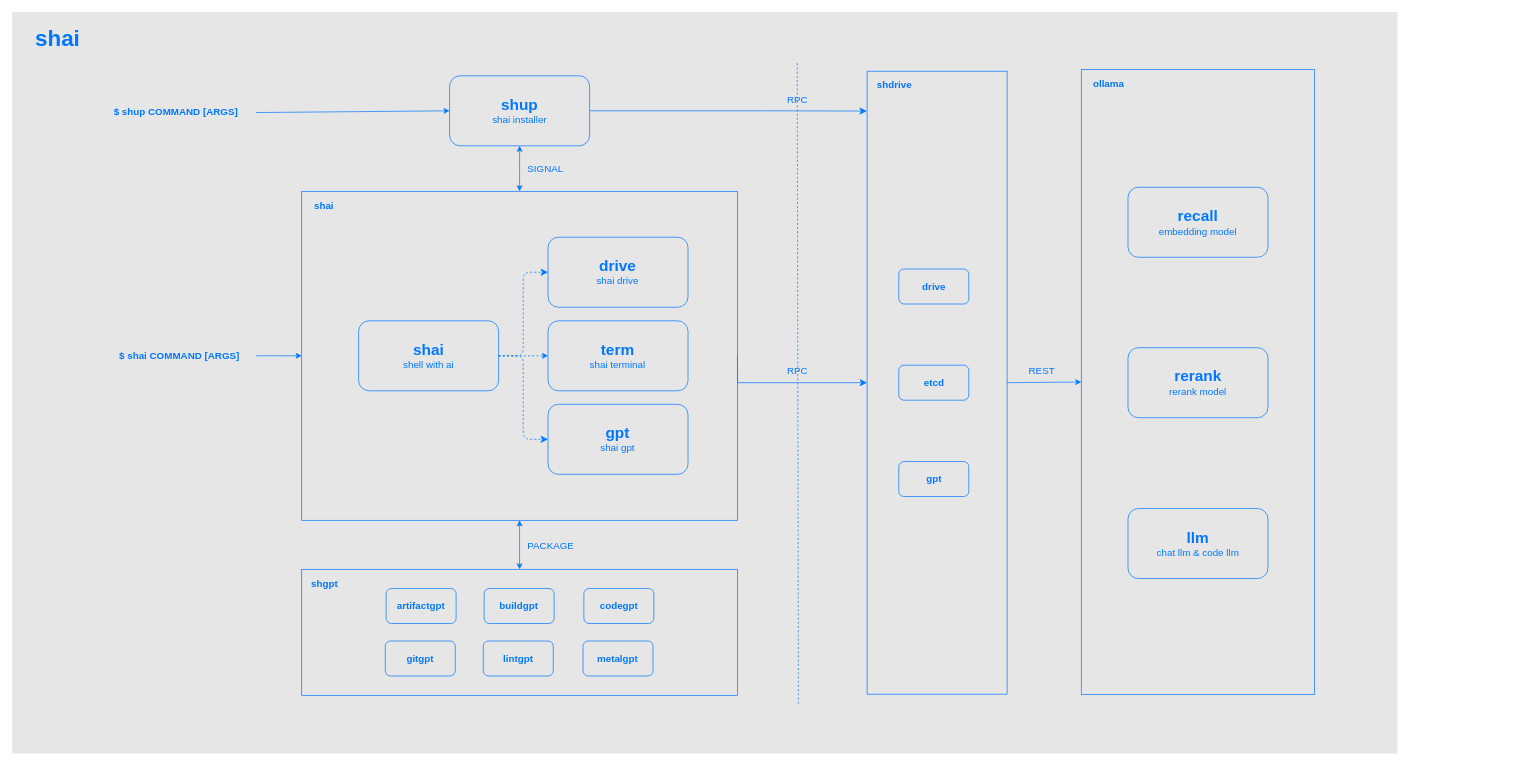
ai-flowx/.github keeps this draw.io diagram as arch.drawio. Above is the earlier version. Source tidied: cells renumbered, new cells numbered last; positions are measured from the earlier drawing's top-left corner, leaving out a move shared by most shapes. Both pictures are drawn from the tidied source at 70%, with x=0, y=0 at pixel (12, 11).
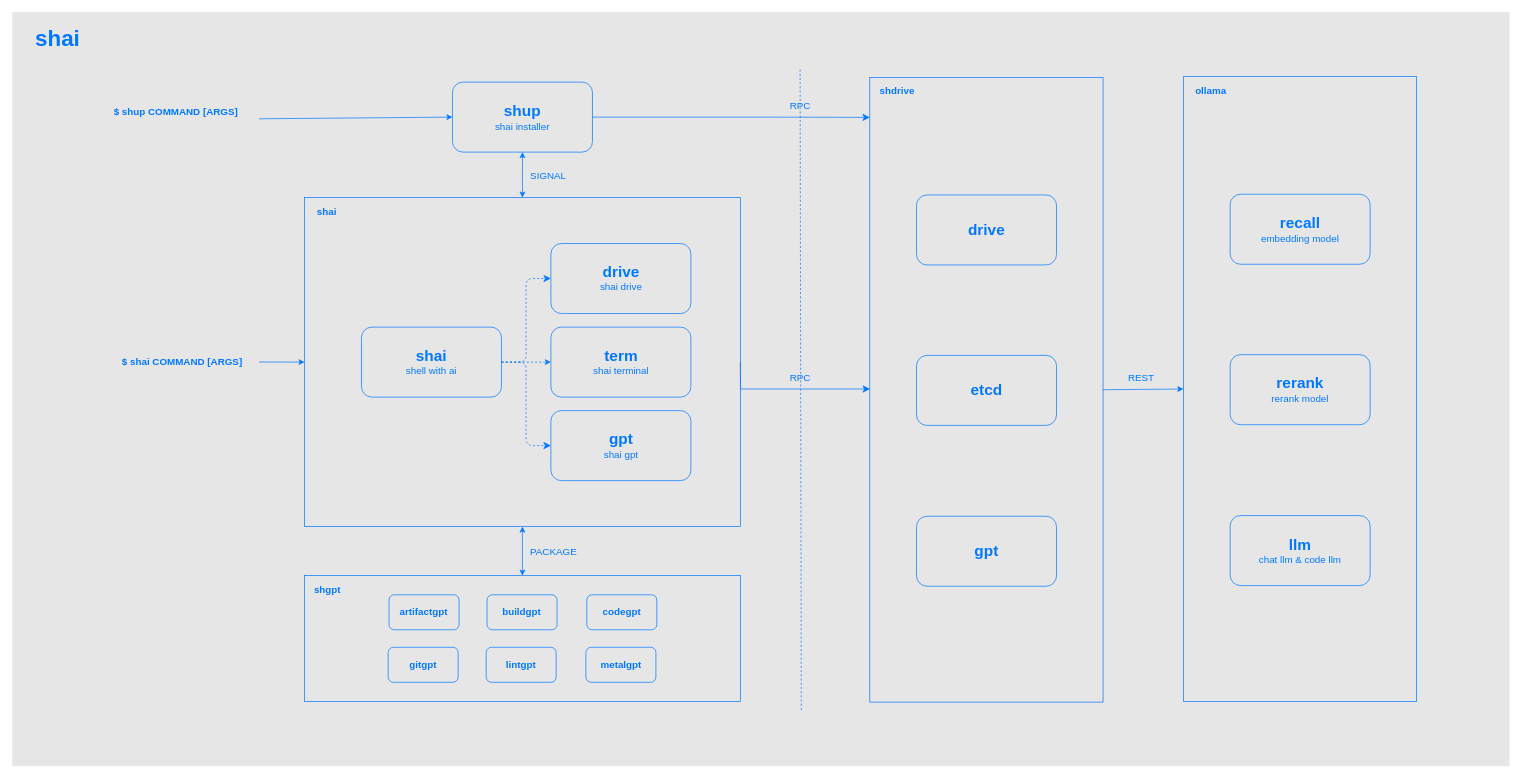
After the change.

Commit message (it also covers changes not shown here):
feat(profile): update arch files

The change refers to these unchanged cells:
```xml
<mxCell id="7" value="$&amp;nbsp;shup COMMAND [ARGS]" style="text;html=1;strokeColor=none;fillColor=none;align=center;verticalAlign=middle;whiteSpace=wrap;rounded=0;fontStyle=1;dashed=1;fontColor=#0077FF;fontSize=14;" parent="1" vertex="1">
  <mxGeometry x="118.5" y="121.8" width="230" height="45" as="geometry" />
</mxCell>
```

What changed in the source:
```diff
@@
     <mxCell id="2" style="rounded=0;whiteSpace=wrap;html=1;strokeColor=none;fillColor=#E6E6E6;" parent="1" vertex="1">
-      <mxGeometry y="0.5" width="1979" height="1059.5" as="geometry" />
+      <mxGeometry y="0.5" width="2139" height="1077.5" as="geometry" />
     </mxCell>
     <mxCell id="3" value="&lt;font color=&quot;#0077ff&quot; style=&quot;&quot;&gt;&lt;br&gt;&lt;/font&gt;" style="rounded=0;whiteSpace=wrap;html=1;strokeColor=#0077FF;fillColor=none;shadow=0;" parent="1" vertex="1">
-      <mxGeometry x="413.5" y="796.8" width="622.5" height="180" as="geometry" />
+      <mxGeometry x="417.6" y="805.8" width="622.5" height="180" as="geometry" />
     </mxCell>
     <mxCell id="4" style="rounded=0;whiteSpace=wrap;html=1;strokeColor=#0077FF;fontSize=14;fontColor=#0077FF;fillColor=none;" parent="1" vertex="1">
-      <mxGeometry x="413.5" y="256.8" width="622.5" height="470" as="geometry" />
+      <mxGeometry x="417.6" y="265.8" width="622.5" height="470" as="geometry" />
     </mxCell>
     <mxCell id="5" value="&lt;font color=&quot;#0077ff&quot; style=&quot;&quot;&gt;&lt;span style=&quot;font-weight: bold; font-size: 22px;&quot;&gt;shai&lt;/span&gt;&lt;br&gt;&lt;font style=&quot;font-size: 14px;&quot;&gt;shell with ai&lt;/font&gt;&lt;br&gt;&lt;/font&gt;" style="rounded=1;whiteSpace=wrap;html=1;strokeColor=#0077FF;fillColor=none;shadow=0;" parent="1" vertex="1">
-      <mxGeometry x="494.8" y="441.8" width="200" height="100" as="geometry" />
+      <mxGeometry x="498.9" y="450.8" width="200" height="100" as="geometry" />
     </mxCell>
     <mxCell id="6" value="$&amp;nbsp;shai COMMAND [ARGS]" style="text;html=1;strokeColor=none;fillColor=none;align=center;verticalAlign=middle;whiteSpace=wrap;rounded=0;fontStyle=1;dashed=1;fontColor=#0077FF;fontSize=14;" parent="1" vertex="1">
-      <mxGeometry x="128.5" y="469.2" width="220" height="45" as="geometry" />
+      <mxGeometry x="132.6" y="478.2" width="220" height="45" as="geometry" />
     </mxCell>
@@
     <mxCell id="9" value="&lt;font color=&quot;#0077ff&quot; style=&quot;&quot;&gt;&lt;span style=&quot;font-weight: bold; font-size: 22px;&quot;&gt;shup&lt;/span&gt;&lt;br&gt;&lt;font style=&quot;font-size: 14px;&quot;&gt;shai installer&lt;/font&gt;&lt;br&gt;&lt;/font&gt;" style="rounded=1;whiteSpace=wrap;html=1;strokeColor=#0077FF;fillColor=none;shadow=0;" parent="1" vertex="1">
-      <mxGeometry x="624.8" y="91.8" width="200" height="100" as="geometry" />
+      <mxGeometry x="628.9" y="100.8" width="200" height="100" as="geometry" />
     </mxCell>
-    <mxCell id="10" value="&lt;font color=&quot;#0077ff&quot; style=&quot;&quot;&gt;&lt;br&gt;&lt;/font&gt;" style="rounded=0;whiteSpace=wrap;html=1;strokeColor=#0077FF;fillColor=none;shadow=0;" parent="1" vertex="1">
-      <mxGeometry x="1221.2" y="85.2" width="200" height="890" as="geometry" />
-    </mxCell>
     <mxCell id="11" value="&lt;span style=&quot;border-color: var(--border-color); color: rgb(0, 119, 255); font-weight: bold; font-size: 22px;&quot;&gt;drive&lt;/span&gt;&lt;br style=&quot;border-color: var(--border-color); color: rgb(0, 119, 255);&quot;&gt;&lt;font style=&quot;border-color: var(--border-color); color: rgb(0, 119, 255); font-size: 14px;&quot;&gt;shai drive&lt;/font&gt;&lt;font color=&quot;#0077ff&quot; style=&quot;&quot;&gt;&lt;br&gt;&lt;/font&gt;" style="rounded=1;whiteSpace=wrap;html=1;strokeColor=#0077FF;fillColor=none;shadow=0;" parent="1" vertex="1">
-      <mxGeometry x="765.4" y="322.4" width="200" height="100" as="geometry" />
+      <mxGeometry x="769.5" y="331.4" width="200" height="100" as="geometry" />
     </mxCell>
-    <mxCell id="12" style="endArrow=classic;html=1;fontSize=14;fontColor=#0077FF;entryX=0;entryY=0.5;entryDx=0;entryDy=0;exitX=1;exitY=0.5;exitDx=0;exitDy=0;strokeColor=#0077FF;" parent="1" edge="1" source="7" target="9">
-      <mxGeometry relative="1" as="geometry" />
+    <mxCell id="12" style="endArrow=classic;html=1;fontSize=14;fontColor=#0077FF;entryX=0;entryY=0.5;entryDx=0;entryDy=0;exitX=1;exitY=0.5;exitDx=0;exitDy=0;strokeColor=#0077FF;" parent="1" edge="1" target="9">
+      <mxGeometry relative="1" as="geometry">
+        <mxPoint x="352.6" y="153.2" as="sourcePoint" />
+      </mxGeometry>
     </mxCell>
     <mxCell id="13" value="&lt;font color=&quot;#0077ff&quot; style=&quot;&quot;&gt;&lt;br&gt;&lt;/font&gt;" style="rounded=0;whiteSpace=wrap;html=1;strokeColor=#0077FF;fillColor=none;shadow=0;" parent="1" vertex="1">
-      <mxGeometry x="1527.2" y="83" width="333.2" height="892.5" as="geometry" />
+      <mxGeometry x="1225.1" y="94" width="333.2" height="892.5" as="geometry" />
     </mxCell>
-    <mxCell id="14" style="endArrow=classic;html=1;fontSize=14;fontColor=#0077FF;exitX=1;exitY=0.5;exitDx=0;exitDy=0;strokeColor=#0077FF;entryX=0;entryY=0.5;entryDx=0;entryDy=0;" parent="1" edge="1" source="10" target="13">
+    <mxCell id="14" style="endArrow=classic;html=1;fontSize=14;fontColor=#0077FF;exitX=1;exitY=0.5;exitDx=0;exitDy=0;strokeColor=#0077FF;entryX=0;entryY=0.5;entryDx=0;entryDy=0;" parent="1" edge="1" source="13" target="47">
       <mxGeometry relative="1" as="geometry" />
     </mxCell>
     <mxCell id="15" value="&lt;font color=&quot;#0077ff&quot; style=&quot;&quot;&gt;&lt;b style=&quot;&quot;&gt;&lt;font style=&quot;font-size: 14px;&quot;&gt;artifactgpt&lt;/font&gt;&lt;/b&gt;&lt;br&gt;&lt;/font&gt;" style="rounded=1;whiteSpace=wrap;html=1;strokeColor=#0077FF;fillColor=none;shadow=0;" parent="1" vertex="1">
-      <mxGeometry x="534.1" y="824.2" width="100" height="50" as="geometry" />
+      <mxGeometry x="538.3" y="833.2" width="100" height="50" as="geometry" />
     </mxCell>
     <mxCell id="16" value="&lt;font color=&quot;#0077ff&quot; style=&quot;&quot;&gt;&lt;b style=&quot;&quot;&gt;&lt;font style=&quot;font-size: 14px;&quot;&gt;buildgpt&lt;/font&gt;&lt;/b&gt;&lt;br&gt;&lt;/font&gt;" style="rounded=1;whiteSpace=wrap;html=1;strokeColor=#0077FF;fillColor=none;shadow=0;" parent="1" vertex="1">
-      <mxGeometry x="674.1" y="824.2" width="100" height="50" as="geometry" />
+      <mxGeometry x="678.3" y="833.2" width="100" height="50" as="geometry" />
     </mxCell>
     <mxCell id="17" value="&lt;font color=&quot;#0077ff&quot; style=&quot;&quot;&gt;&lt;b style=&quot;&quot;&gt;&lt;font style=&quot;font-size: 14px;&quot;&gt;codegpt&lt;/font&gt;&lt;/b&gt;&lt;br&gt;&lt;/font&gt;" style="rounded=1;whiteSpace=wrap;html=1;strokeColor=#0077FF;fillColor=none;shadow=0;" parent="1" vertex="1">
-      <mxGeometry x="816.6" y="824.2" width="100" height="50" as="geometry" />
+      <mxGeometry x="820.8" y="833.2" width="100" height="50" as="geometry" />
     </mxCell>
     <mxCell id="18" value="&lt;font color=&quot;#0077ff&quot; style=&quot;&quot;&gt;&lt;b style=&quot;&quot;&gt;&lt;font style=&quot;font-size: 14px;&quot;&gt;gitgpt&lt;/font&gt;&lt;/b&gt;&lt;br&gt;&lt;/font&gt;" style="rounded=1;whiteSpace=wrap;html=1;strokeColor=#0077FF;fillColor=none;shadow=0;" parent="1" vertex="1">
-      <mxGeometry x="532.9" y="899.2" width="100" height="50" as="geometry" />
+      <mxGeometry x="537" y="908.2" width="100" height="50" as="geometry" />
     </mxCell>
     <mxCell id="19" value="&lt;font color=&quot;#0077ff&quot; style=&quot;&quot;&gt;&lt;b style=&quot;&quot;&gt;&lt;font style=&quot;font-size: 14px;&quot;&gt;lintgpt&lt;/font&gt;&lt;/b&gt;&lt;br&gt;&lt;/font&gt;" style="rounded=1;whiteSpace=wrap;html=1;strokeColor=#0077FF;fillColor=none;shadow=0;" parent="1" vertex="1">
-      <mxGeometry x="672.9" y="899.2" width="100" height="50" as="geometry" />
+      <mxGeometry x="677" y="908.2" width="100" height="50" as="geometry" />
     </mxCell>
     <mxCell id="20" value="&lt;font color=&quot;#0077ff&quot; style=&quot;&quot;&gt;&lt;b style=&quot;&quot;&gt;&lt;font style=&quot;font-size: 14px;&quot;&gt;metalgpt&lt;/font&gt;&lt;/b&gt;&lt;br&gt;&lt;/font&gt;" style="rounded=1;whiteSpace=wrap;html=1;strokeColor=#0077FF;fillColor=none;shadow=0;" parent="1" vertex="1">
-      <mxGeometry x="815.4" y="899.2" width="100" height="50" as="geometry" />
+      <mxGeometry x="819.5" y="908.2" width="100" height="50" as="geometry" />
     </mxCell>
     <mxCell id="21" value="shgpt" style="text;strokeColor=none;fillColor=none;html=1;fontSize=14;fontStyle=1;verticalAlign=middle;align=center;rounded=0;shadow=0;fontColor=#0077FF;" parent="1" vertex="1">
-      <mxGeometry x="413.5" y="796.8" width="65" height="40" as="geometry" />
+      <mxGeometry x="417.6" y="805.8" width="65" height="40" as="geometry" />
     </mxCell>
     <mxCell id="22" value="shai" style="text;strokeColor=none;fillColor=none;html=1;fontSize=14;fontStyle=1;verticalAlign=middle;align=center;rounded=0;shadow=0;fontColor=#0077FF;" parent="1" vertex="1">
-      <mxGeometry x="413.5" y="256.8" width="62.5" height="40" as="geometry" />
+      <mxGeometry x="417.6" y="265.8" width="62.5" height="40" as="geometry" />
     </mxCell>
-    <mxCell id="23" value="ollama" style="text;strokeColor=none;fillColor=none;html=1;fontSize=14;fontStyle=1;verticalAlign=middle;align=center;rounded=0;shadow=0;fontColor=#0077FF;" parent="1" vertex="1">
-      <mxGeometry x="1527.2" y="83" width="77.5" height="40" as="geometry" />
+    <mxCell id="23" value="shdrive" style="text;strokeColor=none;fillColor=none;html=1;fontSize=14;fontStyle=1;verticalAlign=middle;align=center;rounded=0;shadow=0;fontColor=#0077FF;" parent="1" vertex="1">
+      <mxGeometry x="1225.1" y="94" width="77.5" height="40" as="geometry" />
     </mxCell>
     <mxCell id="24" value="&lt;font color=&quot;#0077ff&quot; style=&quot;&quot;&gt;&lt;span style=&quot;font-weight: bold; font-size: 22px;&quot;&gt;gpt&lt;/span&gt;&lt;br&gt;&lt;font style=&quot;font-size: 14px;&quot;&gt;shai gpt&lt;/font&gt;&lt;br&gt;&lt;/font&gt;" style="rounded=1;whiteSpace=wrap;html=1;strokeColor=#0077FF;fillColor=none;shadow=0;" parent="1" vertex="1">
-      <mxGeometry x="765.4" y="561.1" width="200" height="100" as="geometry" />
+      <mxGeometry x="769.5" y="570.1" width="200" height="100" as="geometry" />
     </mxCell>
@@
     <mxCell id="30" value="&lt;span style=&quot;border-color: var(--border-color); color: rgb(0, 119, 255); font-weight: bold; font-size: 22px;&quot;&gt;term&lt;/span&gt;&lt;br style=&quot;border-color: var(--border-color); color: rgb(0, 119, 255);&quot;&gt;&lt;font style=&quot;border-color: var(--border-color); color: rgb(0, 119, 255); font-size: 14px;&quot;&gt;shai terminal&lt;/font&gt;&lt;font color=&quot;#0077ff&quot; style=&quot;&quot;&gt;&lt;br&gt;&lt;/font&gt;" style="rounded=1;whiteSpace=wrap;html=1;strokeColor=#0077FF;fillColor=none;shadow=0;" parent="1" vertex="1">
-      <mxGeometry x="765.4" y="441.8" width="200" height="100" as="geometry" />
+      <mxGeometry x="769.5" y="450.8" width="200" height="100" as="geometry" />
     </mxCell>
@@
     <mxCell id="32" value="&lt;span style=&quot;color: rgb(0, 119, 255); font-size: 14px;&quot;&gt;SIGNAL&lt;/span&gt;" style="text;html=1;strokeColor=none;fillColor=none;align=center;verticalAlign=middle;whiteSpace=wrap;rounded=0;" parent="1" vertex="1">
-      <mxGeometry x="725.2" y="209.8" width="74" height="30" as="geometry" />
+      <mxGeometry x="729.4" y="218.8" width="74" height="30" as="geometry" />
     </mxCell>
     <mxCell id="33" value="&lt;span style=&quot;color: rgb(0, 119, 255); font-size: 14px;&quot;&gt;PACKAGE&lt;/span&gt;" style="text;html=1;strokeColor=none;fillColor=none;align=center;verticalAlign=middle;whiteSpace=wrap;rounded=0;" parent="1" vertex="1">
-      <mxGeometry x="725.2" y="747.8" width="89" height="30" as="geometry" />
+      <mxGeometry x="729.4" y="756.8" width="89" height="30" as="geometry" />
     </mxCell>
     <mxCell id="34" value="&lt;span style=&quot;color: rgb(0, 119, 255); font-size: 14px;&quot;&gt;REST&lt;/span&gt;" style="text;html=1;strokeColor=none;fillColor=none;align=center;verticalAlign=middle;whiteSpace=wrap;rounded=0;" parent="1" vertex="1">
-      <mxGeometry x="1434.2" y="498.8" width="74" height="30" as="geometry" />
+      <mxGeometry x="1576.1" y="507.8" width="74" height="30" as="geometry" />
     </mxCell>
-    <mxCell id="35" style="edgeStyle=elbowEdgeStyle;elbow=horizontal;endArrow=classic;html=1;curved=0;rounded=0;endSize=8;startSize=8;exitX=1;exitY=0.5;exitDx=0;exitDy=0;entryX=0;entryY=0.5;entryDx=0;entryDy=0;strokeColor=#0077FF;" parent="1" edge="1" source="4" target="10">
+    <mxCell id="35" style="edgeStyle=elbowEdgeStyle;elbow=horizontal;endArrow=classic;html=1;curved=0;rounded=0;endSize=8;startSize=8;exitX=1;exitY=0.5;exitDx=0;exitDy=0;entryX=0;entryY=0.5;entryDx=0;entryDy=0;strokeColor=#0077FF;" parent="1" edge="1" source="4">
       <mxGeometry relative="1" as="geometry">
+        <mxPoint x="1225.4" y="539.2" as="targetPoint" />
         <Array as="points">
-          <mxPoint x="1036.2" y="519.8" />
-          <mxPoint x="1079.2" y="510.8" />
+          <mxPoint x="1040.4" y="528.8" />
+          <mxPoint x="1083.4" y="519.8" />
         </Array>
       </mxGeometry>
     </mxCell>
-    <mxCell id="36" value="&lt;font color=&quot;#0077ff&quot; style=&quot;&quot;&gt;&lt;b style=&quot;&quot;&gt;&lt;font style=&quot;font-size: 14px;&quot;&gt;drive&lt;/font&gt;&lt;/b&gt;&lt;br&gt;&lt;/font&gt;" style="rounded=1;whiteSpace=wrap;html=1;strokeColor=#0077FF;fillColor=none;shadow=0;" parent="1" vertex="1">
-      <mxGeometry x="1266.5" y="367.8" width="100" height="50" as="geometry" />
-    </mxCell>
-    <mxCell id="37" value="&lt;font color=&quot;#0077ff&quot; style=&quot;&quot;&gt;&lt;b style=&quot;&quot;&gt;&lt;font style=&quot;font-size: 14px;&quot;&gt;etcd&lt;/font&gt;&lt;/b&gt;&lt;br&gt;&lt;/font&gt;" style="rounded=1;whiteSpace=wrap;html=1;strokeColor=#0077FF;fillColor=none;shadow=0;" parent="1" vertex="1">
-      <mxGeometry x="1266.5" y="505.2" width="100" height="50" as="geometry" />
-    </mxCell>
-    <mxCell id="38" value="&lt;font color=&quot;#0077ff&quot; style=&quot;&quot;&gt;&lt;b style=&quot;&quot;&gt;&lt;font style=&quot;font-size: 14px;&quot;&gt;gpt&lt;/font&gt;&lt;/b&gt;&lt;br&gt;&lt;/font&gt;" style="rounded=1;whiteSpace=wrap;html=1;strokeColor=#0077FF;fillColor=none;shadow=0;" parent="1" vertex="1">
-      <mxGeometry x="1266.5" y="642.8" width="100" height="50" as="geometry" />
-    </mxCell>
-    <mxCell id="39" value="shdrive" style="text;strokeColor=none;fillColor=none;html=1;fontSize=14;fontStyle=1;verticalAlign=middle;align=center;rounded=0;shadow=0;fontColor=#0077FF;" parent="1" vertex="1">
-      <mxGeometry x="1221.2" y="85.2" width="77.5" height="40" as="geometry" />
-    </mxCell>
-    <mxCell id="40" style="edgeStyle=elbowEdgeStyle;elbow=horizontal;endArrow=classic;html=1;curved=0;rounded=0;endSize=8;startSize=8;exitX=1;exitY=0.5;exitDx=0;exitDy=0;entryX=-0.001;entryY=0.064;entryDx=0;entryDy=0;strokeColor=#0077FF;entryPerimeter=0;" parent="1" edge="1" source="9" target="10">
+    <mxCell id="40" style="edgeStyle=elbowEdgeStyle;elbow=horizontal;endArrow=classic;html=1;curved=0;rounded=0;endSize=8;startSize=8;exitX=1;exitY=0.5;exitDx=0;exitDy=0;entryX=-0.001;entryY=0.064;entryDx=0;entryDy=0;strokeColor=#0077FF;entryPerimeter=0;" parent="1" edge="1" source="9">
       <mxGeometry relative="1" as="geometry">
+        <mxPoint x="1225.2" y="151.2" as="targetPoint" />
         <Array as="points">
-          <mxPoint x="1079.2" y="335.8" />
+          <mxPoint x="1083.4" y="344.8" />
         </Array>
       </mxGeometry>
     </mxCell>
     <mxCell id="41" style="endArrow=none;html=1;strokeColor=#0077FF;dashed=1;" parent="1" edge="1">
       <mxGeometry relative="1" as="geometry">
-        <mxPoint x="1123.1" y="988.8" as="sourcePoint" />
-        <mxPoint x="1121.4" y="71.7" as="targetPoint" />
+        <mxPoint x="1127.2" y="997.8" as="sourcePoint" />
+        <mxPoint x="1125.5" y="80.7" as="targetPoint" />
       </mxGeometry>
     </mxCell>
     <mxCell id="42" value="&lt;span style=&quot;color: rgb(0, 119, 255); font-size: 14px;&quot;&gt;RPC&lt;/span&gt;" style="text;html=1;strokeColor=none;fillColor=none;align=center;verticalAlign=middle;whiteSpace=wrap;rounded=0;" parent="1" vertex="1">
-      <mxGeometry x="1085.2" y="110.8" width="74" height="30" as="geometry" />
+      <mxGeometry x="1089.4" y="119.8" width="74" height="30" as="geometry" />
     </mxCell>
     <mxCell id="43" value="&lt;span style=&quot;color: rgb(0, 119, 255); font-size: 14px;&quot;&gt;RPC&lt;/span&gt;" style="text;html=1;strokeColor=none;fillColor=none;align=center;verticalAlign=middle;whiteSpace=wrap;rounded=0;" parent="1" vertex="1">
-      <mxGeometry x="1085.2" y="498.8" width="74" height="30" as="geometry" />
+      <mxGeometry x="1089.4" y="507.8" width="74" height="30" as="geometry" />
     </mxCell>
-    <mxCell id="44" value="&lt;span style=&quot;border-color: var(--border-color); color: rgb(0, 119, 255); font-weight: bold; font-size: 22px;&quot;&gt;recall&lt;/span&gt;&lt;br style=&quot;border-color: var(--border-color); color: rgb(0, 119, 255);&quot;&gt;&lt;font style=&quot;border-color: var(--border-color); color: rgb(0, 119, 255); font-size: 14px;&quot;&gt;embedding model&lt;/font&gt;&lt;font color=&quot;#0077ff&quot; style=&quot;&quot;&gt;&lt;br&gt;&lt;/font&gt;" style="rounded=1;whiteSpace=wrap;html=1;strokeColor=#0077FF;fillColor=none;shadow=0;" parent="1" vertex="1">
-      <mxGeometry x="1593.9" y="251" width="200" height="100" as="geometry" />
+    <mxCell id="44" value="&lt;span style=&quot;border-color: var(--border-color); color: rgb(0, 119, 255); font-weight: bold; font-size: 22px;&quot;&gt;drive&lt;/span&gt;&lt;font color=&quot;#0077ff&quot; style=&quot;&quot;&gt;&lt;br&gt;&lt;/font&gt;" style="rounded=1;whiteSpace=wrap;html=1;strokeColor=#0077FF;fillColor=none;shadow=0;" parent="1" vertex="1">
+      <mxGeometry x="1291.8" y="262" width="200" height="100" as="geometry" />
     </mxCell>
-    <mxCell id="45" value="&lt;span style=&quot;border-color: var(--border-color); color: rgb(0, 119, 255); font-weight: bold; font-size: 22px;&quot;&gt;rerank&lt;/span&gt;&lt;br style=&quot;border-color: var(--border-color); color: rgb(0, 119, 255);&quot;&gt;&lt;font style=&quot;border-color: var(--border-color); color: rgb(0, 119, 255); font-size: 14px;&quot;&gt;rerank model&lt;/font&gt;&lt;font color=&quot;#0077ff&quot; style=&quot;&quot;&gt;&lt;br&gt;&lt;/font&gt;" style="rounded=1;whiteSpace=wrap;html=1;strokeColor=#0077FF;fillColor=none;shadow=0;" parent="1" vertex="1">
-      <mxGeometry x="1593.9" y="480.2" width="200" height="100" as="geometry" />
+    <mxCell id="45" value="&lt;span style=&quot;border-color: var(--border-color); color: rgb(0, 119, 255); font-weight: bold; font-size: 22px;&quot;&gt;etcd&lt;/span&gt;&lt;font color=&quot;#0077ff&quot; style=&quot;&quot;&gt;&lt;br&gt;&lt;/font&gt;" style="rounded=1;whiteSpace=wrap;html=1;strokeColor=#0077FF;fillColor=none;shadow=0;" parent="1" vertex="1">
+      <mxGeometry x="1291.8" y="491.2" width="200" height="100" as="geometry" />
     </mxCell>
-    <mxCell id="46" value="&lt;span style=&quot;border-color: var(--border-color); color: rgb(0, 119, 255); font-weight: bold; font-size: 22px;&quot;&gt;llm&lt;/span&gt;&lt;br style=&quot;border-color: var(--border-color); color: rgb(0, 119, 255);&quot;&gt;&lt;font style=&quot;border-color: var(--border-color); color: rgb(0, 119, 255); font-size: 14px;&quot;&gt;chat llm &amp;amp; code llm&lt;/font&gt;&lt;font color=&quot;#0077ff&quot; style=&quot;&quot;&gt;&lt;br&gt;&lt;/font&gt;" style="rounded=1;whiteSpace=wrap;html=1;strokeColor=#0077FF;fillColor=none;shadow=0;" parent="1" vertex="1">
-      <mxGeometry x="1593.9" y="710" width="200" height="100" as="geometry" />
+    <mxCell id="46" value="&lt;span style=&quot;border-color: var(--border-color); color: rgb(0, 119, 255); font-weight: bold; font-size: 22px;&quot;&gt;gpt&lt;/span&gt;&lt;font color=&quot;#0077ff&quot; style=&quot;&quot;&gt;&lt;br&gt;&lt;/font&gt;" style="rounded=1;whiteSpace=wrap;html=1;strokeColor=#0077FF;fillColor=none;shadow=0;" parent="1" vertex="1">
+      <mxGeometry x="1291.8" y="721" width="200" height="100" as="geometry" />
     </mxCell>
+    <mxCell id="47" value="&lt;font color=&quot;#0077ff&quot; style=&quot;&quot;&gt;&lt;br&gt;&lt;/font&gt;" style="rounded=0;whiteSpace=wrap;html=1;strokeColor=#0077FF;fillColor=none;shadow=0;" parent="1" vertex="1">
+      <mxGeometry x="1673.1" y="93" width="333.2" height="892.5" as="geometry" />
+    </mxCell>
+    <mxCell id="48" value="ollama" style="text;strokeColor=none;fillColor=none;html=1;fontSize=14;fontStyle=1;verticalAlign=middle;align=center;rounded=0;shadow=0;fontColor=#0077FF;" parent="1" vertex="1">
+      <mxGeometry x="1673.1" y="93" width="77.5" height="40" as="geometry" />
+    </mxCell>
+    <mxCell id="49" value="&lt;span style=&quot;border-color: var(--border-color); color: rgb(0, 119, 255); font-weight: bold; font-size: 22px;&quot;&gt;recall&lt;/span&gt;&lt;br style=&quot;border-color: var(--border-color); color: rgb(0, 119, 255);&quot;&gt;&lt;font style=&quot;border-color: var(--border-color); color: rgb(0, 119, 255); font-size: 14px;&quot;&gt;embedding model&lt;/font&gt;&lt;font color=&quot;#0077ff&quot; style=&quot;&quot;&gt;&lt;br&gt;&lt;/font&gt;" style="rounded=1;whiteSpace=wrap;html=1;strokeColor=#0077FF;fillColor=none;shadow=0;" parent="1" vertex="1">
+      <mxGeometry x="1739.8" y="261" width="200" height="100" as="geometry" />
+    </mxCell>
+    <mxCell id="50" value="&lt;span style=&quot;border-color: var(--border-color); color: rgb(0, 119, 255); font-weight: bold; font-size: 22px;&quot;&gt;rerank&lt;/span&gt;&lt;br style=&quot;border-color: var(--border-color); color: rgb(0, 119, 255);&quot;&gt;&lt;font style=&quot;border-color: var(--border-color); color: rgb(0, 119, 255); font-size: 14px;&quot;&gt;rerank model&lt;/font&gt;&lt;font color=&quot;#0077ff&quot; style=&quot;&quot;&gt;&lt;br&gt;&lt;/font&gt;" style="rounded=1;whiteSpace=wrap;html=1;strokeColor=#0077FF;fillColor=none;shadow=0;" parent="1" vertex="1">
+      <mxGeometry x="1739.8" y="490.2" width="200" height="100" as="geometry" />
+    </mxCell>
+    <mxCell id="51" value="&lt;span style=&quot;border-color: var(--border-color); color: rgb(0, 119, 255); font-weight: bold; font-size: 22px;&quot;&gt;llm&lt;/span&gt;&lt;br style=&quot;border-color: var(--border-color); color: rgb(0, 119, 255);&quot;&gt;&lt;font style=&quot;border-color: var(--border-color); color: rgb(0, 119, 255); font-size: 14px;&quot;&gt;chat llm &amp;amp; code llm&lt;/font&gt;&lt;font color=&quot;#0077ff&quot; style=&quot;&quot;&gt;&lt;br&gt;&lt;/font&gt;" style="rounded=1;whiteSpace=wrap;html=1;strokeColor=#0077FF;fillColor=none;shadow=0;" parent="1" vertex="1">
+      <mxGeometry x="1739.8" y="720" width="200" height="100" as="geometry" />
+    </mxCell>
```
